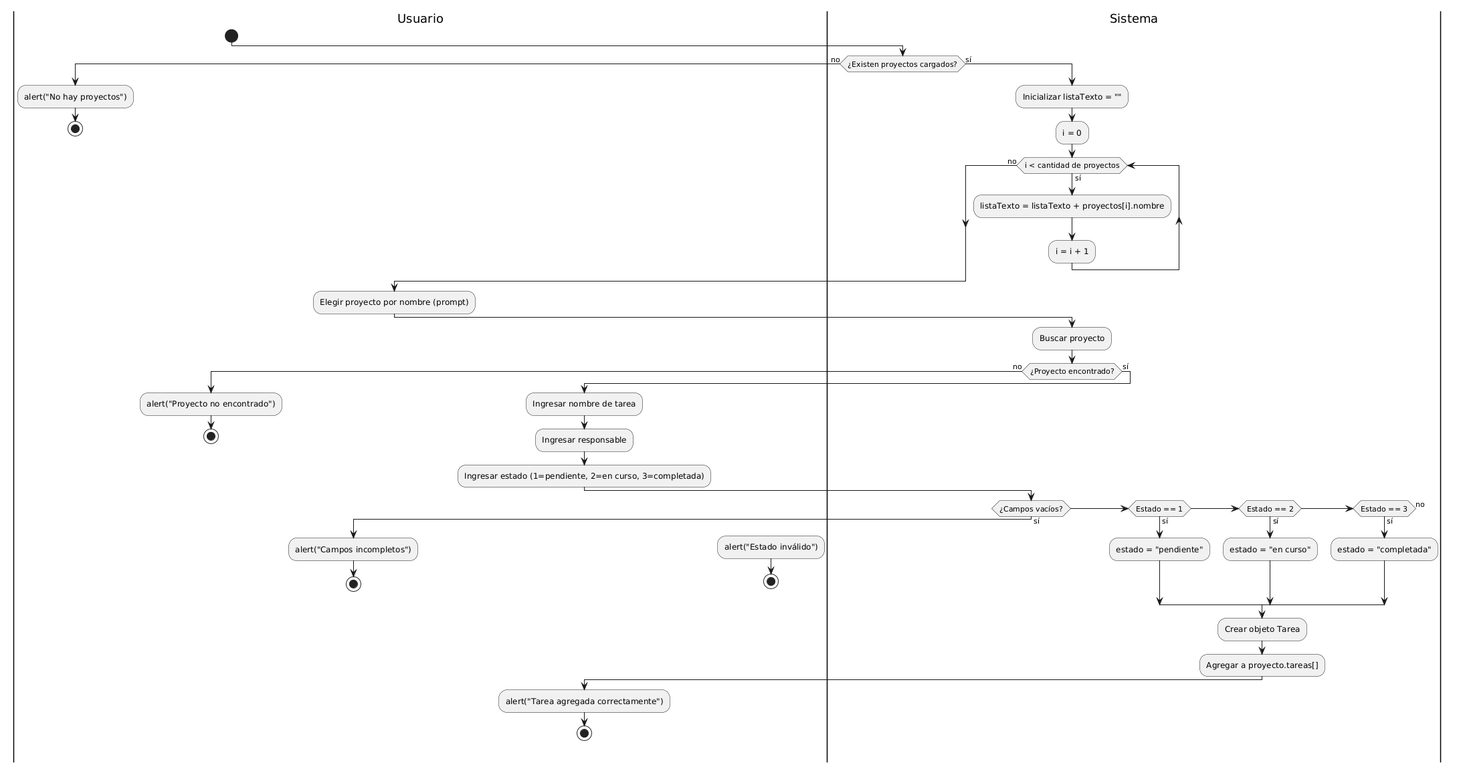
Earlier version of the PlantUML export docs/05-diagramas/01-diagrama-de-actividades/actividad-flujo-2-agregar-tarea.png (martindebenedetti/Planix).
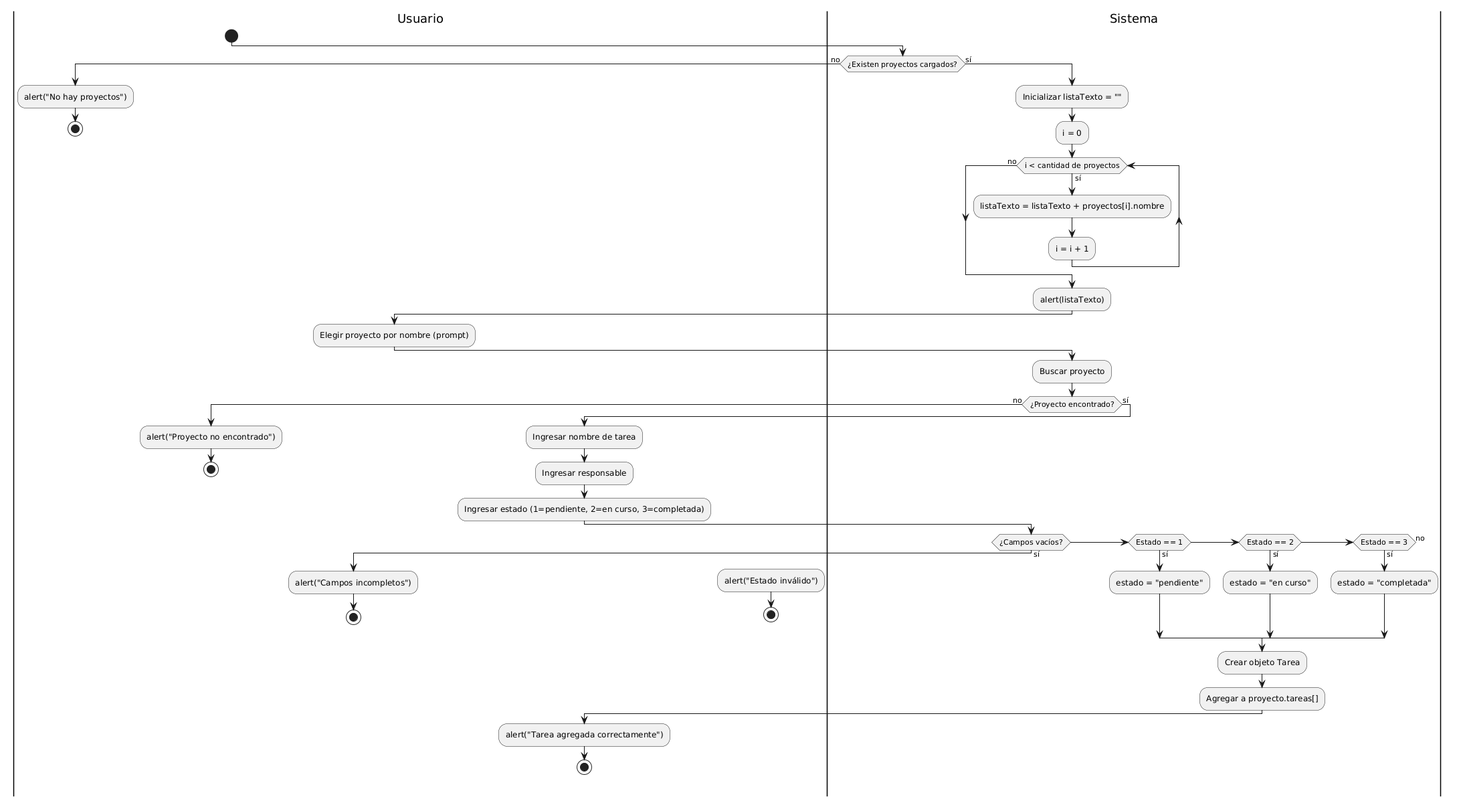
After the change.

Change to the diagram source:
```diff
@@ -14,6 +14,7 @@
     :listaTexto = listaTexto + proyectos[i].nombre;
     :i = i + 1;
   endwhile (no)
+  :alert(listaTexto);
   |Usuario|
   :Elegir proyecto por nombre (prompt);
 
```
